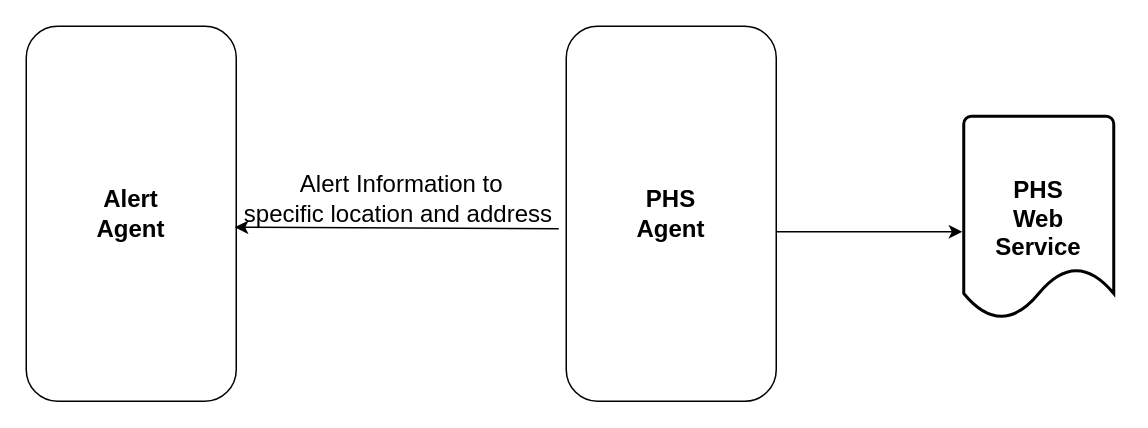
The draw.io diagram page "PHS-Alert Agent" (5 of 5) of Agent Designed Details Diagram.drawio in AceOfSpadeszzz/SENG696, before the edit. Source tidied: cells renumbered, new cells numbered last; positions are measured from the earlier drawing's top-left corner, leaving out a move shared by most shapes. Both pictures are drawn from the tidied source at 150%, with x=0, y=0 at pixel (-57, 108).
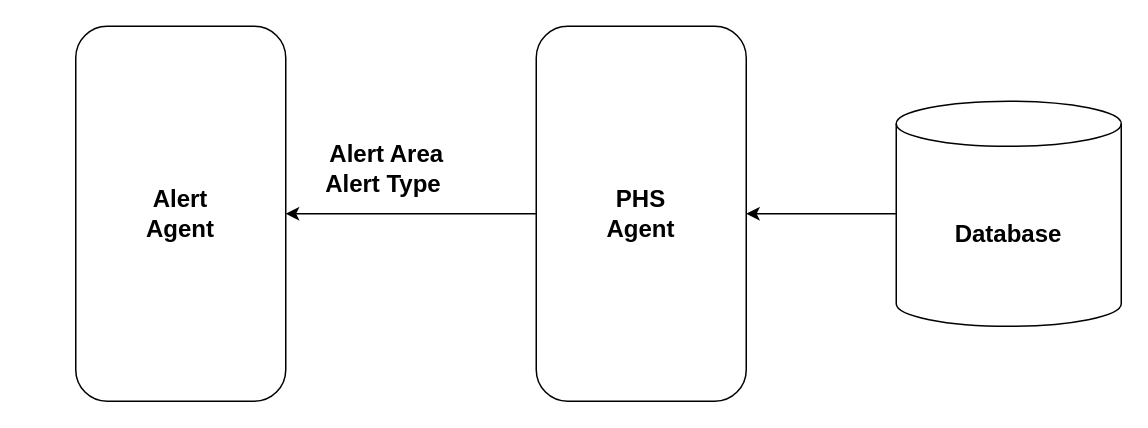
The same diagram, later.

Change to the diagram source:
```diff
@@
 <mxGraphModel>
   <root>
     <mxCell id="0" />
     <mxCell id="1" parent="0" />
     <mxCell id="2" value="Alert&lt;br&gt;Agent" style="rounded=1;whiteSpace=wrap;html=1;fontSize=16;rotation=90;horizontal=0;fontStyle=1;" parent="1" vertex="1">
-      <mxGeometry width="250" height="140" as="geometry" />
+      <mxGeometry x="33" width="250" height="140" as="geometry" />
     </mxCell>
+    <mxCell id="8" style="edgeStyle=orthogonalEdgeStyle;rounded=0;jettySize=auto;html=1;entryX=0.5;entryY=0;entryDx=0;entryDy=0;startArrow=none;startFill=0;endArrow=classic;endFill=1;fontSize=16;" parent="1" edge="1" source="3" target="2">
+      <mxGeometry relative="1" as="geometry" />
+    </mxCell>
     <mxCell id="3" value="PHS&lt;br&gt;Agent" style="rounded=1;whiteSpace=wrap;html=1;fontSize=16;rotation=90;horizontal=0;fontStyle=1;" parent="1" vertex="1">
-      <mxGeometry x="360" width="250" height="140" as="geometry" />
+      <mxGeometry x="340" width="250" height="140" as="geometry" />
     </mxCell>
-    <mxCell id="4" value="PHS&lt;br&gt;Web&lt;br&gt;Service" style="strokeWidth=2;html=1;shape=mxgraph.flowchart.document2;whiteSpace=wrap;size=0.25;fontSize=16;fontStyle=1;" parent="1" vertex="1">
-      <mxGeometry x="680" y="5" width="100" height="135" as="geometry" />
-    </mxCell>
-    <mxCell id="5" style="endArrow=classic;html=1;fontSize=16;exitX=0.548;exitY=0;exitDx=0;exitDy=0;exitPerimeter=0;" parent="1" edge="1" source="3">
-      <mxGeometry relative="1" as="geometry">
-        <mxPoint x="679" y="82" as="targetPoint" />
-      </mxGeometry>
-    </mxCell>
-    <mxCell id="6" style="endArrow=classic;html=1;fontSize=16;entryX=0.536;entryY=0.007;entryDx=0;entryDy=0;entryPerimeter=0;" parent="1" edge="1" target="2">
-      <mxGeometry relative="1" as="geometry">
-        <mxPoint x="410" y="80" as="sourcePoint" />
-      </mxGeometry>
-    </mxCell>
-    <mxCell id="7" value="Alert Information to &lt;br&gt;specific location and address&amp;nbsp;" style="text;html=1;align=center;verticalAlign=middle;fontSize=16;" parent="1" vertex="1">
-      <mxGeometry x="190" y="40" width="230" height="40" as="geometry" />
+    <mxCell id="7" value="Alert Area&lt;br&gt;Alert Type&amp;nbsp;" style="text;html=1;align=center;verticalAlign=middle;fontSize=16;fontStyle=1;" parent="1" vertex="1">
+      <mxGeometry x="245" y="20" width="100" height="40" as="geometry" />
     </mxCell>
+    <mxCell id="9" style="edgeStyle=orthogonalEdgeStyle;rounded=0;jettySize=auto;html=1;entryX=0.5;entryY=0;entryDx=0;entryDy=0;startArrow=none;startFill=0;fontSize=16;" parent="1" edge="1" source="10" target="3">
+      <mxGeometry relative="1" as="geometry" />
+    </mxCell>
+    <mxCell id="10" value="Database" style="shape=cylinder3;whiteSpace=wrap;html=1;boundedLbl=1;backgroundOutline=1;size=15;fontStyle=1;fontSize=16;" parent="1" vertex="1">
+      <mxGeometry x="635" y="-5" width="150" height="150" as="geometry" />
+    </mxCell>
   </root>
 </mxGraphModel>
```
